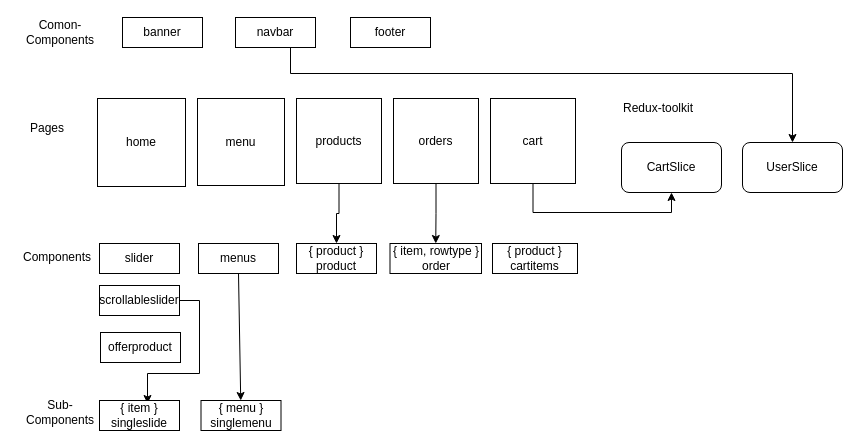
Above: componentsdiagram.drawio in sabrinabu/restaurentapp2023 (draw.io), before the change. Source tidied: cells renumbered, new cells numbered last; positions are measured from the earlier drawing's top-left corner, leaving out a move shared by most shapes. Both pictures are drawn from the tidied source at 100%, with x=0, y=0 at pixel (17, 17).
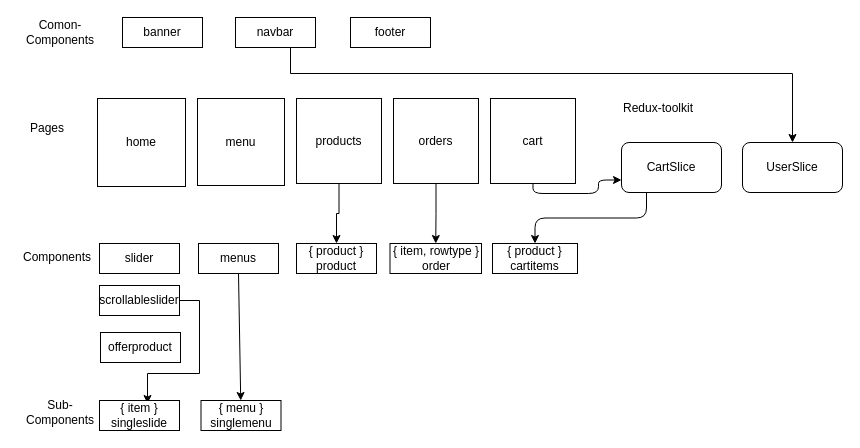
The same diagram, later.

Unchanged cells that the change refers to:
```xml
<mxCell id="7" value="cart" style="whiteSpace=wrap;html=1;" parent="1" vertex="1">
  <mxGeometry x="473" y="81" width="85" height="85" as="geometry" />
</mxCell>
<mxCell id="15" value="{ product }&lt;br&gt;cartitems" style="rounded=0;whiteSpace=wrap;html=1;" parent="1" vertex="1">
  <mxGeometry x="475" y="226" width="85" height="30" as="geometry" />
</mxCell>
<mxCell id="29" value="CartSlice" style="rounded=1;whiteSpace=wrap;html=1;" parent="1" vertex="1">
  <mxGeometry x="604" y="125" width="100" height="50" as="geometry" />
</mxCell>
```

Diff of the diagram source:
```diff
@@
-    <mxCell id="6" style="edgeStyle=orthogonalEdgeStyle;rounded=0;jettySize=auto;html=1;exitX=0.5;exitY=1;exitDx=0;exitDy=0;entryX=0.5;entryY=1;entryDx=0;entryDy=0;" parent="1" edge="1" source="7" target="29">
+    <mxCell id="6" style="edgeStyle=orthogonalEdgeStyle;html=1;exitX=0.5;exitY=1;exitDx=0;exitDy=0;entryX=0;entryY=0.75;entryDx=0;entryDy=0;" parent="1" edge="1" source="7" target="29">
       <mxGeometry relative="1" as="geometry" />
     </mxCell>
@@
+    <mxCell id="32" style="edgeStyle=orthogonalEdgeStyle;html=1;exitX=0.25;exitY=1;exitDx=0;exitDy=0;entryX=0.5;entryY=0;entryDx=0;entryDy=0;" parent="1" edge="1" source="29" target="15">
+      <mxGeometry relative="1" as="geometry" />
+    </mxCell>
```
